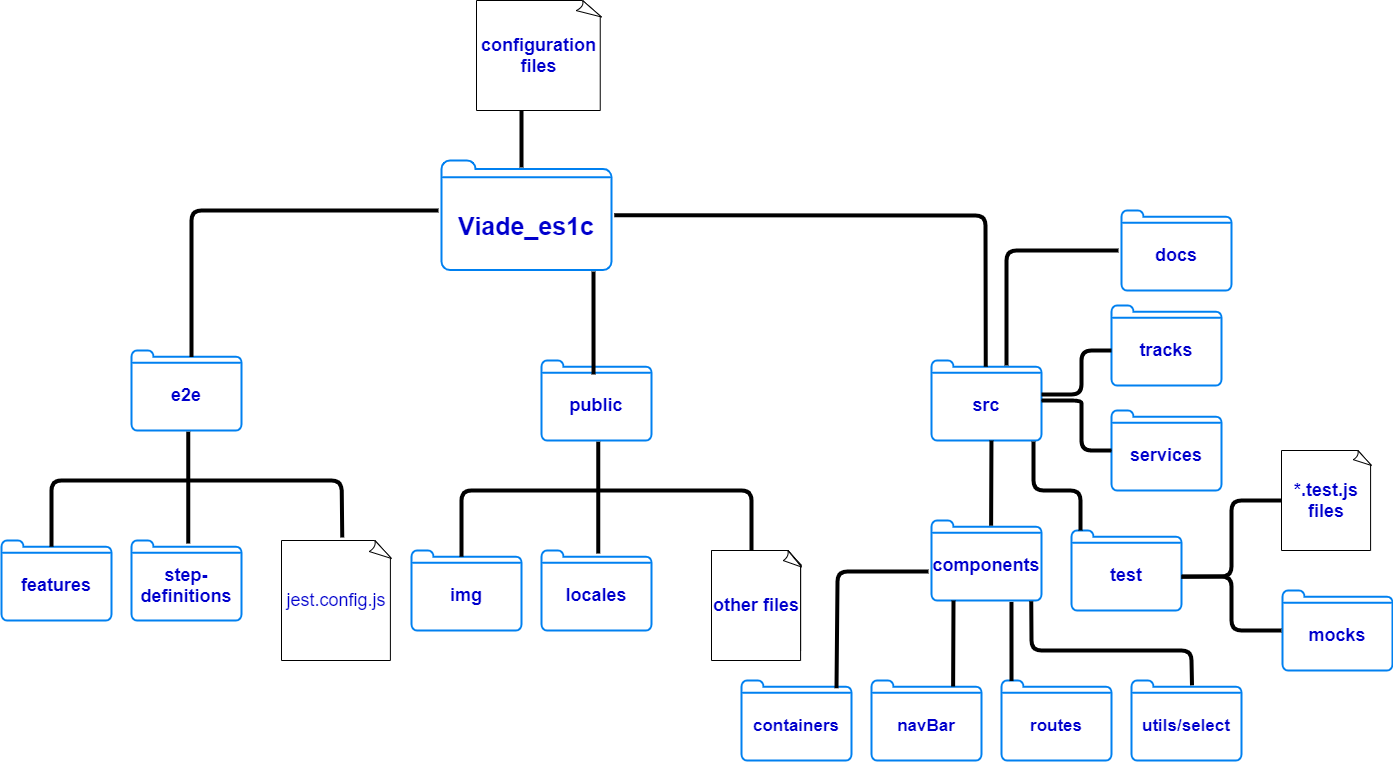
Earlier version of the draw.io export src/docs/images/estructuraDeCarpetas.png (Arquisoft/viade_es1c). Source tidied: cells renumbered, new cells last; positions are measured from the earlier drawing's top-left corner, leaving out a move shared by most shapes.
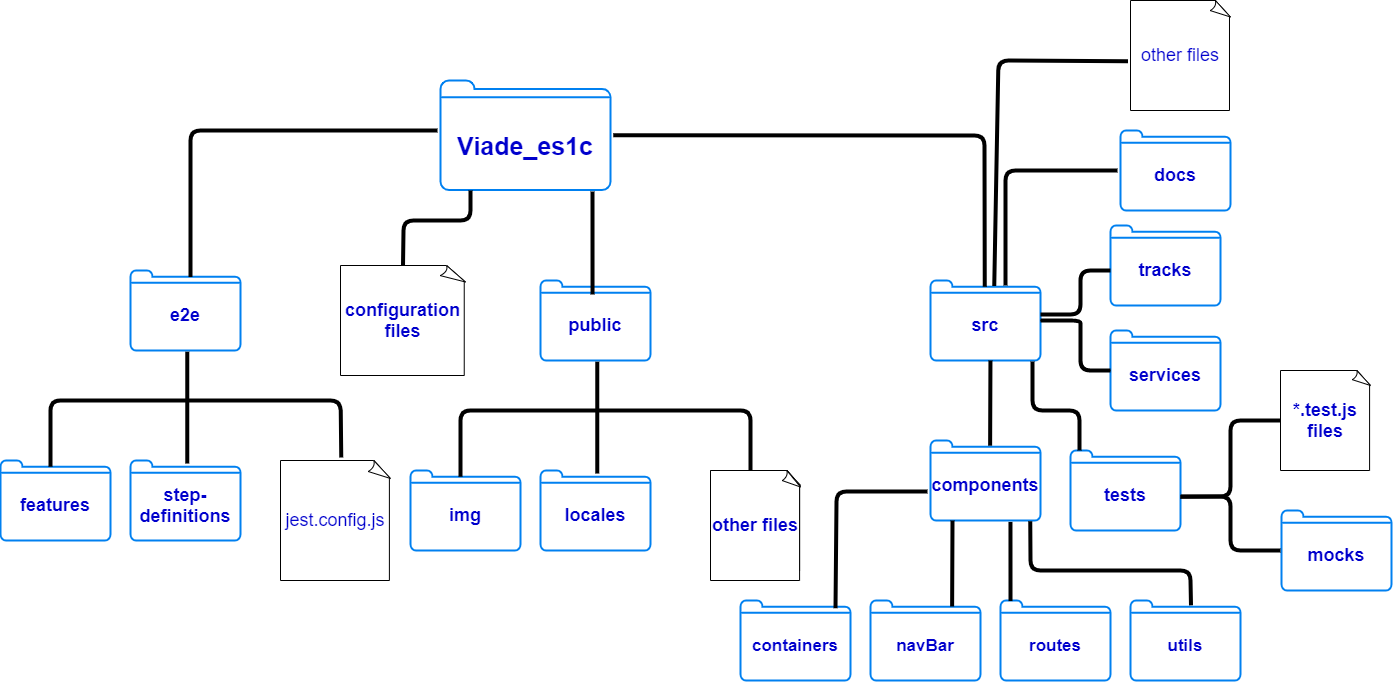
After the commit.

Commit message:
Actualize folder structure image

What changed in the source:
```diff
@@ -86,14 +86,8 @@
       </mxGeometry>
     </mxCell>
     <mxCell id="24" value="&lt;b style=&quot;font-size: 18px;&quot;&gt;configuration files&lt;/b&gt;" style="whiteSpace=wrap;html=1;shape=mxgraph.basic.document;fontSize=18;fontColor=#0000CC;" parent="1" vertex="1">
-      <mxGeometry x="475" width="125" height="110" as="geometry" />
+      <mxGeometry x="340" y="345" width="125" height="110" as="geometry" />
     </mxCell>
-    <mxCell id="25" style="endArrow=none;html=1;fontSize=14;fontColor=#0000CC;strokeWidth=4;" parent="1" edge="1">
-      <mxGeometry relative="1" as="geometry">
-        <mxPoint x="520" y="167" as="sourcePoint" />
-        <mxPoint x="520" y="110" as="targetPoint" />
-      </mxGeometry>
-    </mxCell>
     <mxCell id="26" style="html=1;verticalLabelPosition=bottom;align=center;labelBackgroundColor=#ffffff;verticalAlign=top;strokeWidth=2;strokeColor=#0080F0;shadow=0;dashed=0;shape=mxgraph.ios7.icons.folder;" parent="1" vertex="1">
       <mxGeometry x="930" y="360" width="110" height="80" as="geometry" />
     </mxCell>
@@ -134,7 +128,7 @@
     <mxCell id="37" style="html=1;verticalLabelPosition=bottom;align=center;labelBackgroundColor=#ffffff;verticalAlign=top;strokeWidth=2;strokeColor=#0080F0;shadow=0;dashed=0;shape=mxgraph.ios7.icons.folder;" parent="1" vertex="1">
       <mxGeometry x="1070" y="530" width="110" height="80" as="geometry" />
     </mxCell>
-    <mxCell id="38" value="test" style="text;html=1;strokeColor=none;fillColor=none;align=center;verticalAlign=middle;whiteSpace=wrap;rounded=0;fontColor=#0000CC;fontStyle=1;fontSize=18;" parent="1" vertex="1">
+    <mxCell id="38" value="tests" style="text;html=1;strokeColor=none;fillColor=none;align=center;verticalAlign=middle;whiteSpace=wrap;rounded=0;fontColor=#0000CC;fontStyle=1;fontSize=18;" parent="1" vertex="1">
       <mxGeometry x="1080" y="550" width="90" height="50" as="geometry" />
     </mxCell>
     <mxCell id="39" style="endArrow=none;html=1;fontSize=14;fontColor=#0000CC;exitX=0;exitY=0.5;exitDx=0;exitDy=0;exitPerimeter=0;" parent="1" edge="1" source="33">
@@ -222,7 +216,7 @@
     <mxCell id="53" style="html=1;verticalLabelPosition=bottom;align=center;labelBackgroundColor=#ffffff;verticalAlign=top;strokeWidth=2;strokeColor=#0080F0;shadow=0;dashed=0;shape=mxgraph.ios7.icons.folder;" parent="1" vertex="1">
       <mxGeometry x="1130" y="680" width="110" height="80" as="geometry" />
     </mxCell>
-    <mxCell id="54" value="utils/select" style="text;html=1;strokeColor=none;fillColor=none;align=center;verticalAlign=middle;whiteSpace=wrap;rounded=0;fontSize=17;fontColor=#0000CC;fontStyle=1;" parent="1" vertex="1">
+    <mxCell id="54" value="utils" style="text;html=1;strokeColor=none;fillColor=none;align=center;verticalAlign=middle;whiteSpace=wrap;rounded=0;fontSize=17;fontColor=#0000CC;fontStyle=1;" parent="1" vertex="1">
       <mxGeometry x="1140" y="700" width="90" height="50" as="geometry" />
     </mxCell>
     <mxCell id="55" style="html=1;verticalLabelPosition=bottom;align=center;labelBackgroundColor=#ffffff;verticalAlign=top;strokeWidth=2;strokeColor=#0080F0;shadow=0;dashed=0;shape=mxgraph.ios7.icons.folder;" parent="1" vertex="1">
@@ -265,5 +259,24 @@
     <mxCell id="62" value="&lt;b style=&quot;font-size: 18px;&quot;&gt;other files&lt;/b&gt;" style="whiteSpace=wrap;html=1;shape=mxgraph.basic.document;fontSize=18;fontColor=#0000CC;" parent="1" vertex="1">
       <mxGeometry x="710" y="550" width="90" height="110" as="geometry" />
     </mxCell>
+    <mxCell id="63" value="other files" style="whiteSpace=wrap;html=1;shape=mxgraph.basic.document;fontSize=18;fontColor=#0000CC;" parent="1" vertex="1">
+      <mxGeometry x="1130" y="80" width="100" height="110" as="geometry" />
+    </mxCell>
+    <mxCell id="64" style="endArrow=none;html=1;fontSize=14;fontColor=#0000CC;exitX=0.5;exitY=0;exitDx=0;exitDy=0;exitPerimeter=0;strokeWidth=4;" parent="1" edge="1" source="24">
+      <mxGeometry relative="1" as="geometry">
+        <mxPoint x="470" y="270" as="targetPoint" />
+        <Array as="points">
+          <mxPoint x="403" y="300" />
+          <mxPoint x="470" y="300" />
+        </Array>
+      </mxGeometry>
+    </mxCell>
+    <mxCell id="65" style="endArrow=none;html=1;fontSize=14;fontColor=#0000CC;strokeWidth=4;entryX=0.58;entryY=0.069;entryDx=0;entryDy=0;entryPerimeter=0;exitX=-0.025;exitY=0.552;exitDx=0;exitDy=0;exitPerimeter=0;" parent="1" edge="1" source="63" target="26">
+      <mxGeometry relative="1" as="geometry">
+        <Array as="points">
+          <mxPoint x="998" y="140" />
+        </Array>
+      </mxGeometry>
+    </mxCell>
   </root>
 </mxGraphModel>
```
